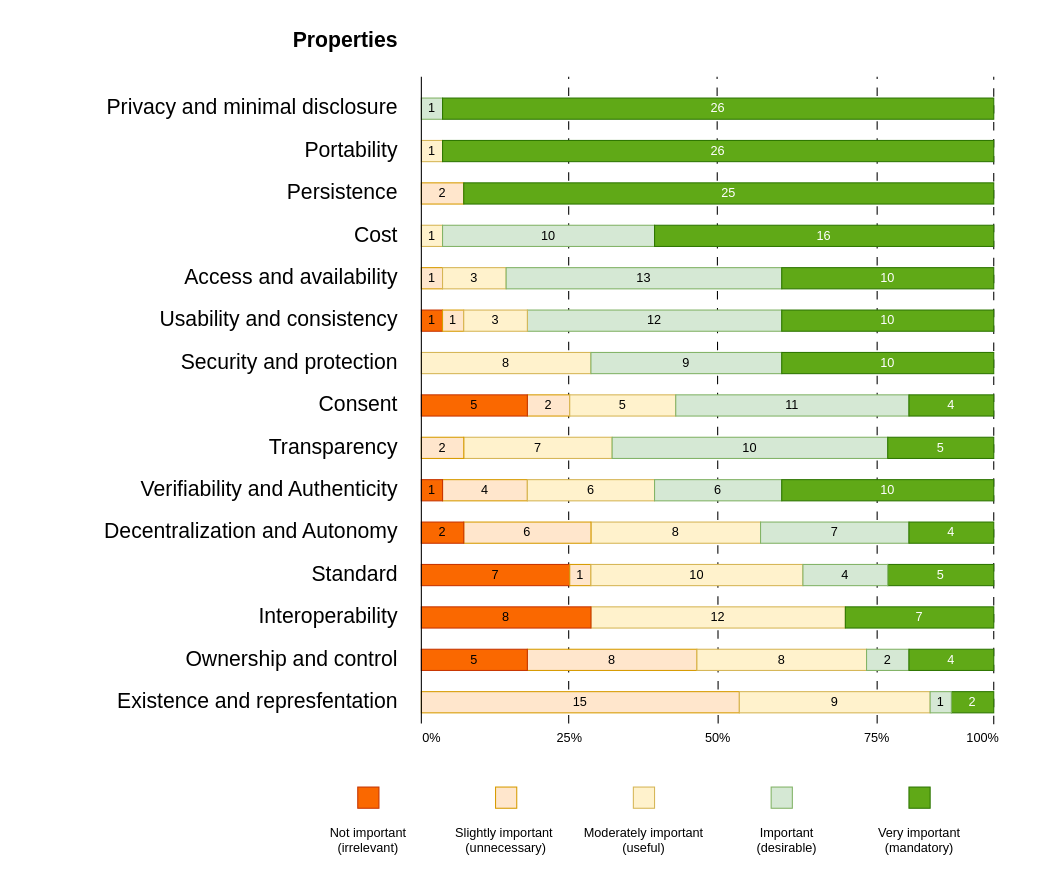
The draw.io diagram definition/survey/LevelOfImportance.drawio in cristianlepore/Self-Sovereign-Identity, before the edit. Source tidied: cells renumbered, new cells numbered last; positions are measured from the earlier drawing's top-left corner, leaving out a move shared by most shapes. Both pictures are drawn from the tidied source at 106%, with x=0, y=0 at pixel (18, 76).
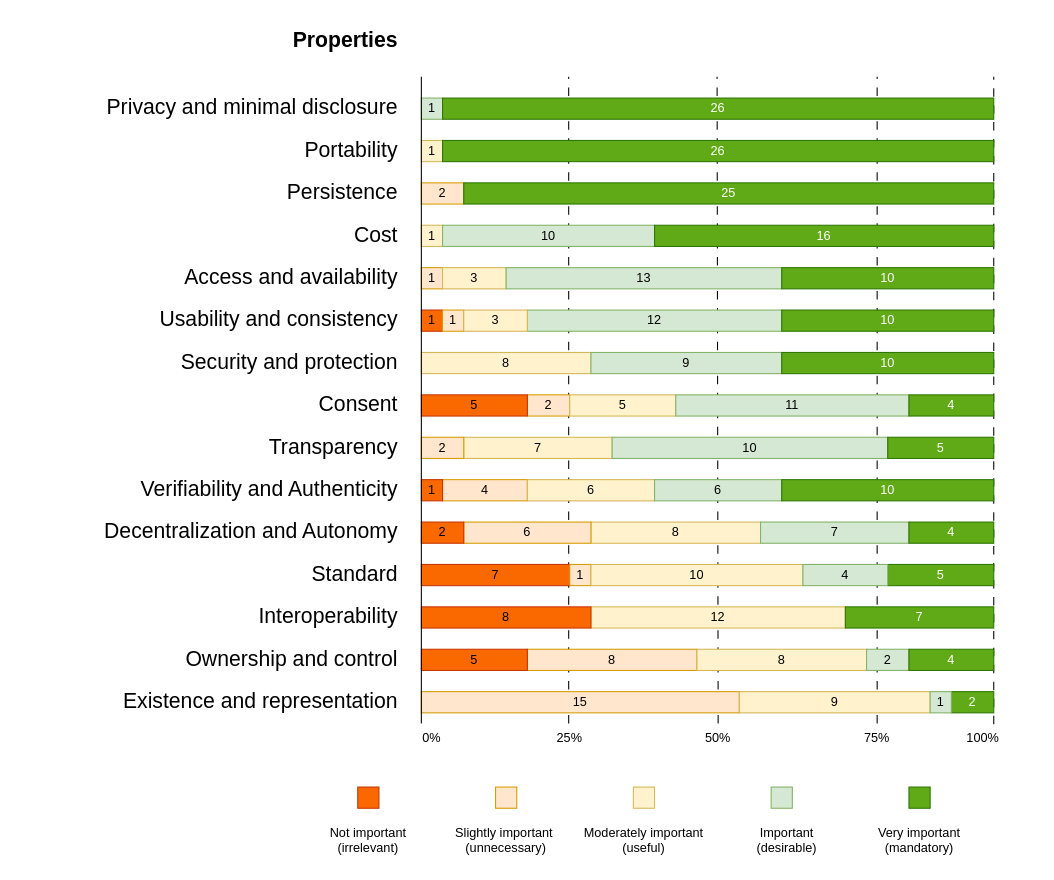
The same diagram, later.

What changed in the source:
```diff
@@
-    <mxCell id="6" value="&lt;div style=&quot;line-height: 200%;&quot; align=&quot;right&quot;&gt;&lt;b&gt;&lt;font style=&quot;font-size: 20px; line-height: 200%;&quot;&gt;Properties&lt;/font&gt;&lt;/b&gt;&lt;/div&gt;&lt;div align=&quot;right&quot;&gt;&lt;font style=&quot;font-size: 20px;&quot;&gt;&lt;br&gt;&lt;/font&gt;&lt;/div&gt;&lt;div style=&quot;line-height: 200%;&quot; align=&quot;right&quot;&gt;&lt;div style=&quot;line-height: 200%;&quot; align=&quot;right&quot;&gt;&lt;font style=&quot;font-size: 20px; line-height: 200%;&quot;&gt;Privacy and minimal disclosure&lt;/font&gt;&lt;div style=&quot;line-height: 200%;&quot; align=&quot;right&quot;&gt;&lt;font style=&quot;font-size: 20px; line-height: 200%;&quot;&gt;Portability&lt;/font&gt;&lt;div style=&quot;line-height: 200%;&quot; align=&quot;right&quot;&gt;&lt;font style=&quot;font-size: 20px; line-height: 200%;&quot;&gt;Persistence&lt;/font&gt;&lt;div style=&quot;line-height: 200%;&quot; align=&quot;right&quot;&gt;&lt;font style=&quot;font-size: 20px; line-height: 200%;&quot;&gt;Cost&lt;/font&gt;&lt;div style=&quot;line-height: 200%;&quot; align=&quot;right&quot;&gt;&lt;font style=&quot;font-size: 20px; line-height: 200%;&quot;&gt;Access and availability&lt;/font&gt;&lt;div style=&quot;line-height: 200%;&quot; align=&quot;right&quot;&gt;&lt;font style=&quot;font-size: 20px; line-height: 200%;&quot;&gt;Usability and consistency&lt;/font&gt;&lt;div style=&quot;line-height: 200%;&quot; align=&quot;right&quot;&gt;&lt;font style=&quot;font-size: 20px; line-height: 200%;&quot;&gt;Security and protection&lt;/font&gt;&lt;div style=&quot;line-height: 200%;&quot; align=&quot;right&quot;&gt;&lt;font style=&quot;font-size: 20px; line-height: 200%;&quot;&gt;Consent&lt;/font&gt;&lt;/div&gt;&lt;div style=&quot;line-height: 200%;&quot; align=&quot;right&quot;&gt;&lt;font style=&quot;font-size: 20px; line-height: 200%;&quot;&gt;Transparency&lt;/font&gt;&lt;div style=&quot;line-height: 200%;&quot; align=&quot;right&quot;&gt;&lt;font style=&quot;font-size: 20px; line-height: 200%;&quot;&gt;Verifiability and Authenticity&lt;/font&gt;&lt;div style=&quot;line-height: 200%;&quot; align=&quot;right&quot;&gt;&lt;font style=&quot;font-size: 20px; line-height: 200%;&quot;&gt;Decentralization and Autonomy&lt;/font&gt;&lt;/div&gt;&lt;div style=&quot;line-height: 200%;&quot; align=&quot;right&quot;&gt;&lt;font style=&quot;font-size: 20px; line-height: 200%;&quot;&gt;Standard&lt;/font&gt;&lt;/div&gt;&lt;div style=&quot;line-height: 200%;&quot; align=&quot;right&quot;&gt;&lt;div style=&quot;line-height: 200%;&quot; align=&quot;right&quot;&gt;&lt;font style=&quot;font-size: 20px; line-height: 200%;&quot;&gt;Interoperability&lt;/font&gt;&lt;div style=&quot;line-height: 200%;&quot; align=&quot;right&quot;&gt;&lt;font style=&quot;font-size: 20px; line-height: 200%;&quot;&gt;Ownership and control&lt;/font&gt;&lt;/div&gt;&lt;/div&gt;&lt;/div&gt;&lt;/div&gt;&lt;/div&gt;&lt;/div&gt;&lt;/div&gt;&lt;/div&gt;&lt;/div&gt;&lt;/div&gt;&lt;/div&gt;&lt;/div&gt;&lt;font style=&quot;font-size: 20px; line-height: 200%;&quot;&gt;Existence and represfentation&lt;/font&gt;&lt;/div&gt;" style="rounded=1;whiteSpace=wrap;html=1;align=right;fillColor=none;strokeColor=none;strokeWidth=2;" parent="1" vertex="1">
+    <mxCell id="6" value="&lt;div style=&quot;line-height: 200%;&quot; align=&quot;right&quot;&gt;&lt;b&gt;&lt;font style=&quot;font-size: 20px; line-height: 200%;&quot;&gt;Properties&lt;/font&gt;&lt;/b&gt;&lt;/div&gt;&lt;div align=&quot;right&quot;&gt;&lt;font style=&quot;font-size: 20px;&quot;&gt;&lt;br&gt;&lt;/font&gt;&lt;/div&gt;&lt;div style=&quot;line-height: 200%;&quot; align=&quot;right&quot;&gt;&lt;div style=&quot;line-height: 200%;&quot; align=&quot;right&quot;&gt;&lt;font style=&quot;font-size: 20px; line-height: 200%;&quot;&gt;Privacy and minimal disclosure&lt;/font&gt;&lt;div style=&quot;line-height: 200%;&quot; align=&quot;right&quot;&gt;&lt;font style=&quot;font-size: 20px; line-height: 200%;&quot;&gt;Portability&lt;/font&gt;&lt;div style=&quot;line-height: 200%;&quot; align=&quot;right&quot;&gt;&lt;font style=&quot;font-size: 20px; line-height: 200%;&quot;&gt;Persistence&lt;/font&gt;&lt;div style=&quot;line-height: 200%;&quot; align=&quot;right&quot;&gt;&lt;font style=&quot;font-size: 20px; line-height: 200%;&quot;&gt;Cost&lt;/font&gt;&lt;div style=&quot;line-height: 200%;&quot; align=&quot;right&quot;&gt;&lt;font style=&quot;font-size: 20px; line-height: 200%;&quot;&gt;Access and availability&lt;/font&gt;&lt;div style=&quot;line-height: 200%;&quot; align=&quot;right&quot;&gt;&lt;font style=&quot;font-size: 20px; line-height: 200%;&quot;&gt;Usability and consistency&lt;/font&gt;&lt;div style=&quot;line-height: 200%;&quot; align=&quot;right&quot;&gt;&lt;font style=&quot;font-size: 20px; line-height: 200%;&quot;&gt;Security and protection&lt;/font&gt;&lt;div style=&quot;line-height: 200%;&quot; align=&quot;right&quot;&gt;&lt;font style=&quot;font-size: 20px; line-height: 200%;&quot;&gt;Consent&lt;/font&gt;&lt;/div&gt;&lt;div style=&quot;line-height: 200%;&quot; align=&quot;right&quot;&gt;&lt;font style=&quot;font-size: 20px; line-height: 200%;&quot;&gt;Transparency&lt;/font&gt;&lt;div style=&quot;line-height: 200%;&quot; align=&quot;right&quot;&gt;&lt;font style=&quot;font-size: 20px; line-height: 200%;&quot;&gt;Verifiability and Authenticity&lt;/font&gt;&lt;div style=&quot;line-height: 200%;&quot; align=&quot;right&quot;&gt;&lt;font style=&quot;font-size: 20px; line-height: 200%;&quot;&gt;Decentralization and Autonomy&lt;/font&gt;&lt;/div&gt;&lt;div style=&quot;line-height: 200%;&quot; align=&quot;right&quot;&gt;&lt;font style=&quot;font-size: 20px; line-height: 200%;&quot;&gt;Standard&lt;/font&gt;&lt;/div&gt;&lt;div style=&quot;line-height: 200%;&quot; align=&quot;right&quot;&gt;&lt;div style=&quot;line-height: 200%;&quot; align=&quot;right&quot;&gt;&lt;font style=&quot;font-size: 20px; line-height: 200%;&quot;&gt;Interoperability&lt;/font&gt;&lt;div style=&quot;line-height: 200%;&quot; align=&quot;right&quot;&gt;&lt;font style=&quot;font-size: 20px; line-height: 200%;&quot;&gt;Ownership and control&lt;/font&gt;&lt;/div&gt;&lt;/div&gt;&lt;/div&gt;&lt;/div&gt;&lt;/div&gt;&lt;/div&gt;&lt;/div&gt;&lt;/div&gt;&lt;/div&gt;&lt;/div&gt;&lt;/div&gt;&lt;/div&gt;&lt;font style=&quot;font-size: 20px; line-height: 200%;&quot;&gt;Existence and representation&lt;/font&gt;&lt;/div&gt;" style="rounded=1;whiteSpace=wrap;html=1;align=right;fillColor=none;strokeColor=none;strokeWidth=2;" parent="1" vertex="1">
       <mxGeometry y="70" width="360" height="412.5" as="geometry" />
     </mxCell>
```
